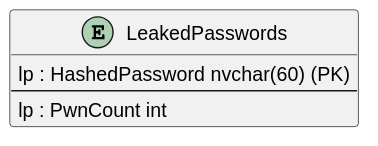
Earlier version of the PlantUML export Docs/out/ERD/Leaked-ERD/LeakedPasswords.svg (blackout1471/trust-us-school).
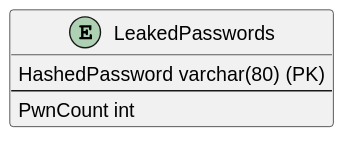
Later version of the same file.

Change to the diagram source:
```diff
@@ -1,9 +1,9 @@
 @startuml LeakedPasswords
 
-entity "LeakedPasswords" as lp {
-    lp : HashedPassword nvchar(60) (PK)
+entity "LeakedPasswords" as lp{
+    HashedPassword varchar(80) (PK)
     --
-    lp : PwnCount int
+    PwnCount int
 }
 
 @enduml
```
